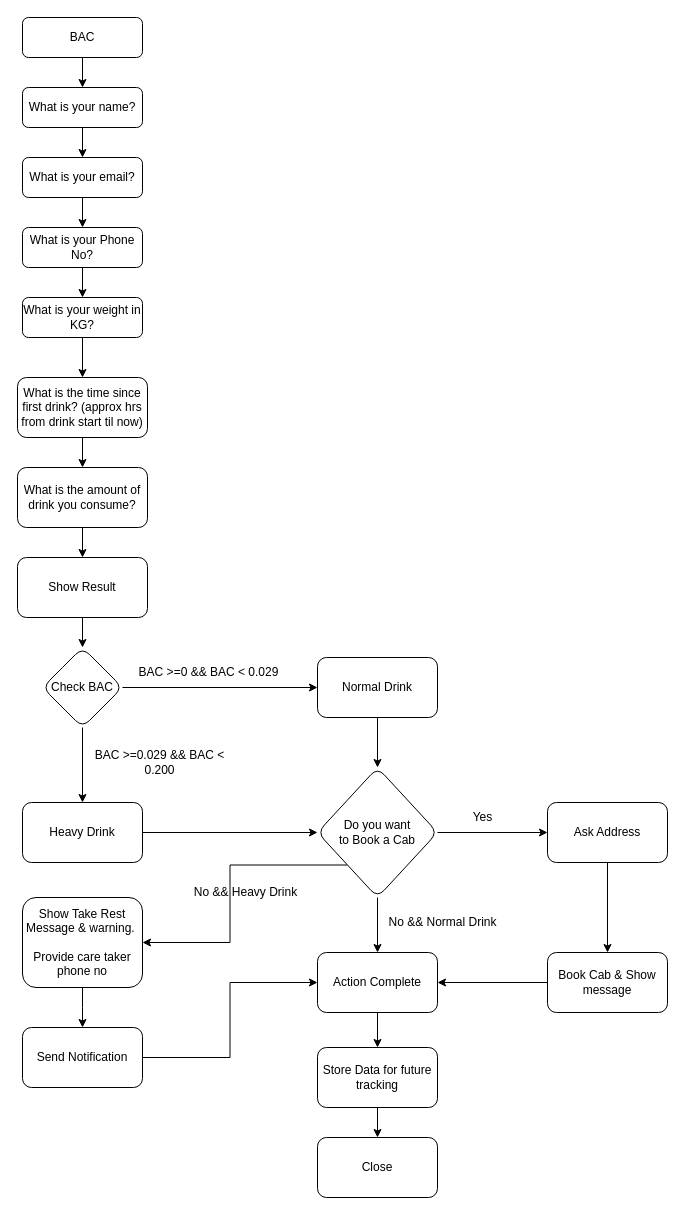
The draw.io diagram DUI.drawio in jigneshadesara90/tdm-diagram, before the edit. Source tidied: cells renumbered, new cells numbered last; positions are measured from the earlier drawing's top-left corner, leaving out a move shared by most shapes. Both pictures are drawn from the tidied source at 100%, with x=0, y=0 at pixel (17, 17).
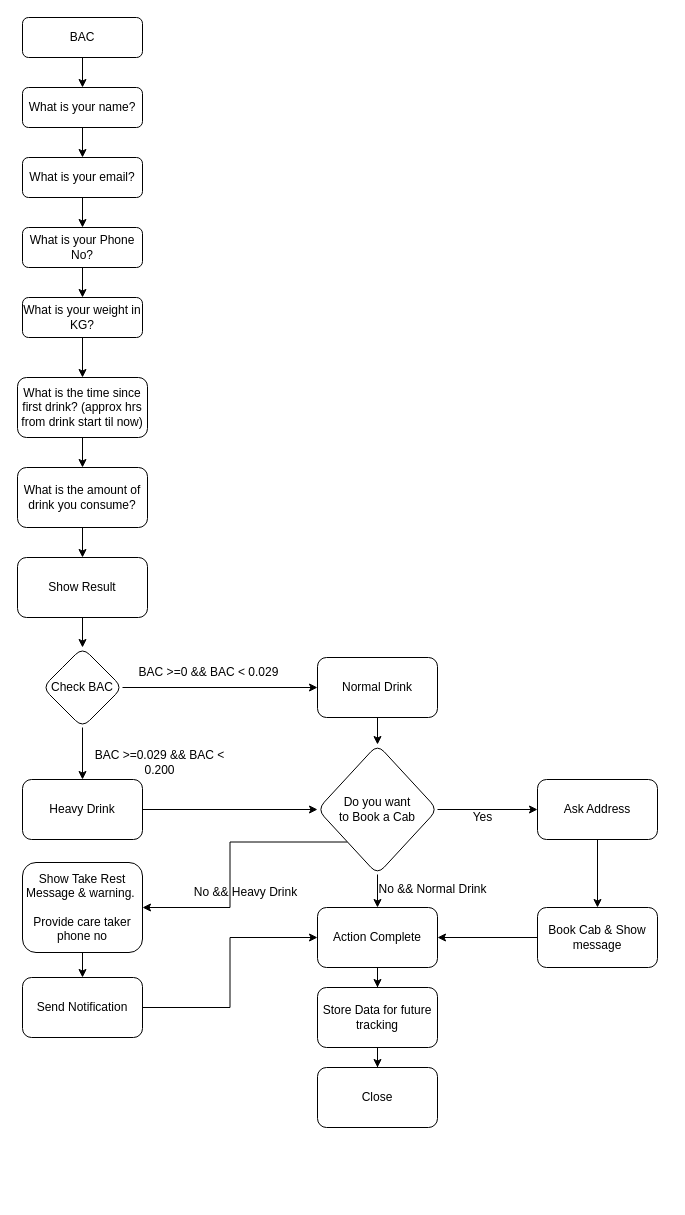
After the change.

Diff of the diagram source:
```diff
@@
     <mxCell id="27" value="Do you want &lt;br&gt;to Book a Cab" style="rhombus;whiteSpace=wrap;html=1;rounded=1;glass=0;strokeWidth=1;shadow=0;" parent="1" vertex="1">
-      <mxGeometry x="300" y="750" width="120" height="130" as="geometry" />
+      <mxGeometry x="300" y="727" width="120" height="130" as="geometry" />
     </mxCell>
@@
     <mxCell id="29" value="Heavy Drink" style="whiteSpace=wrap;html=1;rounded=1;glass=0;strokeWidth=1;shadow=0;" parent="1" vertex="1">
-      <mxGeometry x="5" y="785" width="120" height="60" as="geometry" />
+      <mxGeometry x="5" y="762" width="120" height="60" as="geometry" />
     </mxCell>
@@
     <mxCell id="32" value="Action Complete" style="whiteSpace=wrap;html=1;rounded=1;glass=0;strokeWidth=1;shadow=0;" parent="1" vertex="1">
-      <mxGeometry x="300" y="935" width="120" height="60" as="geometry" />
+      <mxGeometry x="300" y="890" width="120" height="60" as="geometry" />
     </mxCell>
     <mxCell id="33" value="No &amp;amp;&amp;amp; Normal Drink" style="text;html=1;align=center;verticalAlign=middle;strokeColor=none;fillColor=none;" parent="1" vertex="1">
-      <mxGeometry x="360" y="890" width="130" height="30" as="geometry" />
+      <mxGeometry x="350" y="857" width="130" height="30" as="geometry" />
     </mxCell>
-    <mxCell id="34" style="edgeStyle=orthogonalEdgeStyle;rounded=0;jettySize=auto;html=1;" parent="1" edge="1" source="35">
-      <mxGeometry relative="1" as="geometry">
-        <mxPoint x="65" y="1010" as="targetPoint" />
-      </mxGeometry>
-    </mxCell>
     <mxCell id="35" value="Show Take Rest Message &amp;amp; warning.&amp;nbsp;&lt;br&gt;&lt;br&gt;Provide care taker phone no" style="whiteSpace=wrap;html=1;rounded=1;glass=0;strokeWidth=1;shadow=0;" parent="1" vertex="1">
-      <mxGeometry x="5" y="880" width="120" height="90" as="geometry" />
+      <mxGeometry x="5" y="845" width="120" height="90" as="geometry" />
     </mxCell>
@@
-    <mxCell id="38" value="Send Notification" style="rounded=1;whiteSpace=wrap;html=1;" parent="1" vertex="1">
-      <mxGeometry x="5" y="1010" width="120" height="60" as="geometry" />
-    </mxCell>
@@
     <mxCell id="40" value="Ask Address" style="whiteSpace=wrap;html=1;rounded=1;glass=0;strokeWidth=1;shadow=0;" parent="1" vertex="1">
-      <mxGeometry x="530" y="785" width="120" height="60" as="geometry" />
+      <mxGeometry x="520" y="762" width="120" height="60" as="geometry" />
     </mxCell>
@@
     <mxCell id="43" value="Book Cab &amp;amp; Show message" style="whiteSpace=wrap;html=1;rounded=1;glass=0;strokeWidth=1;shadow=0;" parent="1" vertex="1">
-      <mxGeometry x="530" y="935" width="120" height="60" as="geometry" />
+      <mxGeometry x="520" y="890" width="120" height="60" as="geometry" />
     </mxCell>
@@
     <mxCell id="45" value="Store Data for future tracking" style="whiteSpace=wrap;html=1;rounded=1;glass=0;strokeWidth=1;shadow=0;" parent="1" vertex="1">
-      <mxGeometry x="300" y="1030" width="120" height="60" as="geometry" />
+      <mxGeometry x="300" y="970" width="120" height="60" as="geometry" />
     </mxCell>
     <mxCell id="46" value="Close" style="whiteSpace=wrap;html=1;rounded=1;glass=0;strokeWidth=1;shadow=0;" parent="1" vertex="1">
-      <mxGeometry x="300" y="1120" width="120" height="60" as="geometry" />
+      <mxGeometry x="300" y="1050" width="120" height="60" as="geometry" />
     </mxCell>
+    <mxCell id="47" style="edgeStyle=orthogonalEdgeStyle;rounded=0;jettySize=auto;html=1;" parent="1" edge="1" source="35" target="38">
+      <mxGeometry relative="1" as="geometry" />
+    </mxCell>
+    <mxCell id="38" value="Send Notification" style="rounded=1;whiteSpace=wrap;html=1;" parent="1" vertex="1">
+      <mxGeometry x="5" y="960" width="120" height="60" as="geometry" />
+    </mxCell>
```
